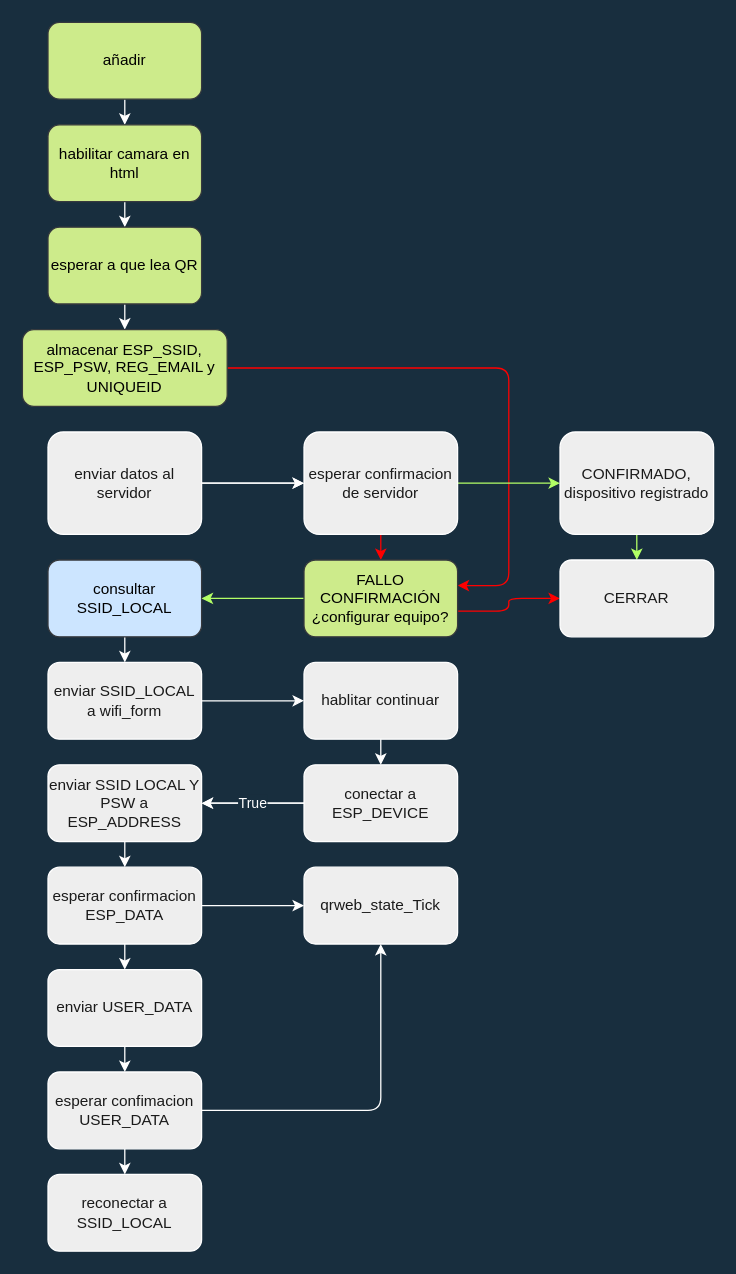
Earlier version of the draw.io diagram design_files/Untitled Diagram3.drawio (marsex/workbench). Source tidied: cells renumbered, new cells numbered last; positions are measured from the earlier drawing's top-left corner, leaving out a move shared by most shapes. Both pictures are drawn from the tidied source at 128%, with x=0, y=0 at pixel (22, 22).
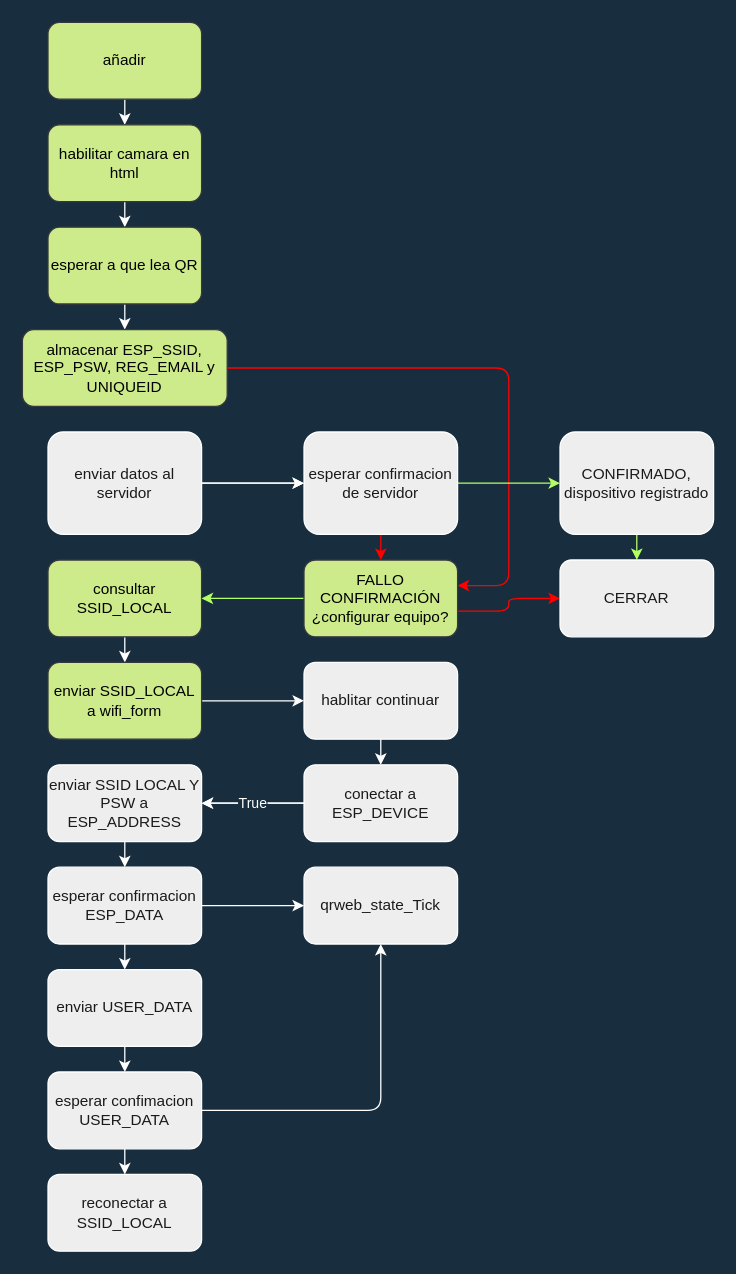
Above is the later version.

Diff of the diagram source:
```diff
@@
-    <mxCell id="14" value="consultar SSID_LOCAL" style="whiteSpace=wrap;html=1;fillColor=#cce5ff;strokeColor=#36393d;rounded=1;" parent="1" vertex="1">
+    <mxCell id="14" value="consultar SSID_LOCAL" style="whiteSpace=wrap;html=1;fillColor=#cdeb8b;strokeColor=#36393d;rounded=1;" parent="1" vertex="1">
       <mxGeometry x="20" y="420" width="120" height="60" as="geometry" />
     </mxCell>
@@
-    <mxCell id="16" value="enviar SSID_LOCAL a wifi_form" style="whiteSpace=wrap;html=1;fillColor=#EEEEEE;strokeColor=#FFFFFF;fontColor=#1A1A1A;rounded=1;" parent="1" vertex="1">
+    <mxCell id="16" value="enviar SSID_LOCAL a wifi_form" style="whiteSpace=wrap;html=1;fillColor=#cdeb8b;strokeColor=#36393d;rounded=1;" parent="1" vertex="1">
       <mxGeometry x="20" y="500" width="120" height="60" as="geometry" />
     </mxCell>
```
